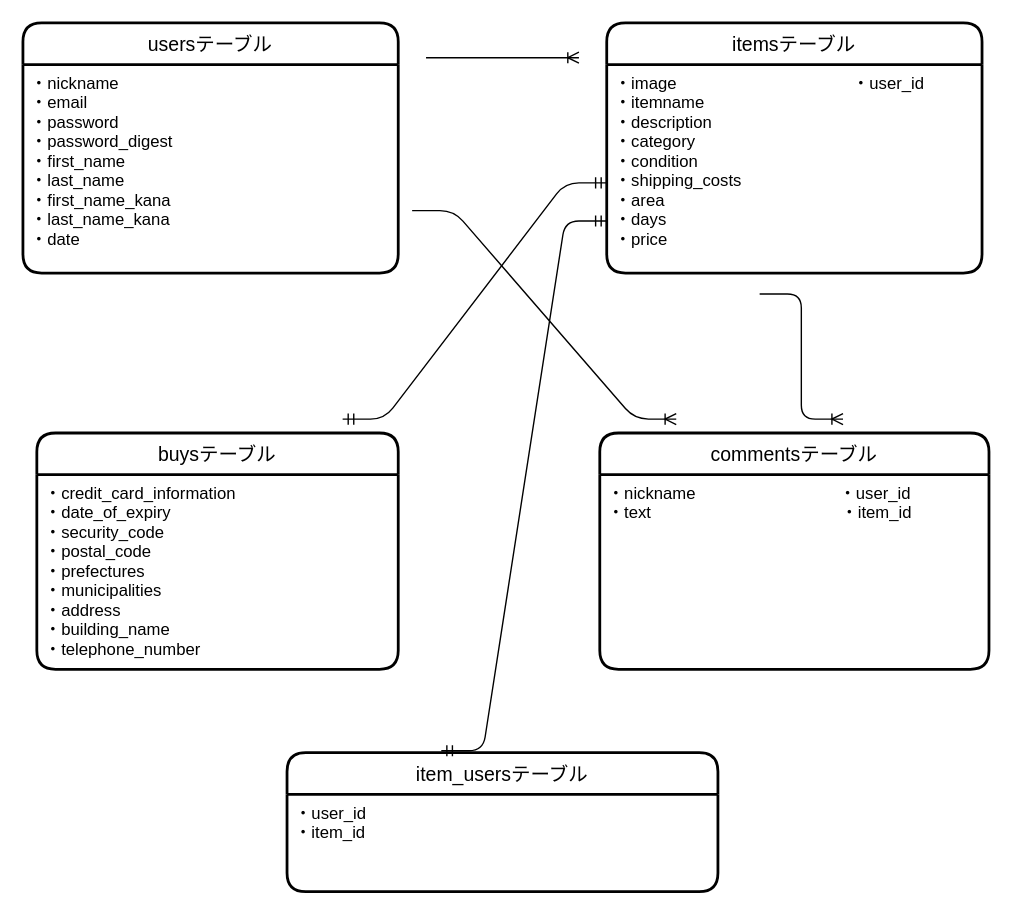
The draw.io diagram app/er.dio in ayumi201604/furima-35492, before the edit. Source tidied: cells renumbered, new cells numbered last; positions are measured from the earlier drawing's top-left corner, leaving out a move shared by most shapes. Both pictures are drawn from the tidied source at 139%, with x=0, y=0 at pixel (22, 22).
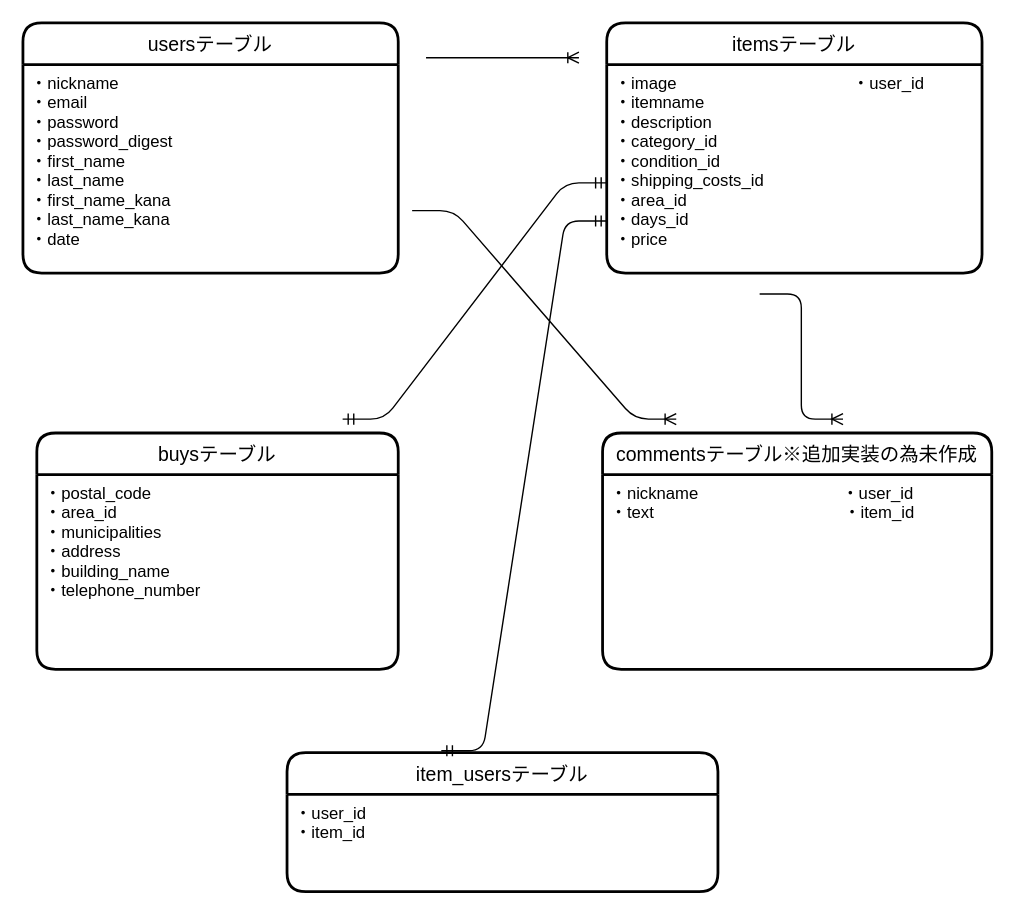
The same diagram, later.

Unchanged cells that the change refers to:
```xml
<mxCell id="4" value="itemsテーブル" style="swimlane;horizontal=1;startSize=30;rounded=1;fontSize=14;fontStyle=0;strokeWidth=2;shadow=0;dashed=0;align=center;" parent="1" vertex="1">
  <mxGeometry x="420" width="270" height="180" as="geometry" />
</mxCell>
<mxCell id="8" value="buysテーブル" style="swimlane;horizontal=1;startSize=30;rounded=1;fontSize=14;fontStyle=0;strokeWidth=2;shadow=0;dashed=0;align=center;" parent="1" vertex="1">
  <mxGeometry x="10" y="295" width="260" height="170" as="geometry" />
</mxCell>
```

The edit, as a diff of the source:
```diff
@@
-    <mxCell id="5" value="・image                                      ・user_id&#10;・itemname&#10;・description&#10;・category&#10;・condition&#10;・shipping_costs&#10;・area&#10;・days&#10;・price" style="align=left;strokeColor=none;fillColor=none;spacingLeft=4;fontSize=12;verticalAlign=top;" parent="4" vertex="1">
+    <mxCell id="5" value="・image                                      ・user_id&#10;・itemname&#10;・description&#10;・category_id&#10;・condition_id&#10;・shipping_costs_id&#10;・area_id&#10;・days_id&#10;・price" style="align=left;strokeColor=none;fillColor=none;spacingLeft=4;fontSize=12;verticalAlign=top;" parent="4" vertex="1">
       <mxGeometry y="30" width="270" height="150" as="geometry" />
     </mxCell>
-    <mxCell id="6" value="commentsテーブル" style="swimlane;horizontal=1;startSize=30;rounded=1;fontSize=14;fontStyle=0;strokeWidth=2;shadow=0;dashed=0;align=center;" parent="1" vertex="1">
-      <mxGeometry x="415" y="295" width="280" height="170" as="geometry" />
+    <mxCell id="6" value="commentsテーブル※追加実装の為未作成" style="swimlane;horizontal=1;startSize=30;rounded=1;fontSize=14;fontStyle=0;strokeWidth=2;shadow=0;dashed=0;align=center;" parent="1" vertex="1">
+      <mxGeometry x="417" y="295" width="280" height="170" as="geometry" />
     </mxCell>
@@
-    <mxCell id="9" value="・credit_card_information&#10;・date_of_expiry&#10;・security_code&#10;・postal_code&#10;・prefectures&#10;・municipalities&#10;・address&#10;・building_name&#10;・telephone_number&#10;" style="align=left;strokeColor=none;fillColor=none;spacingLeft=4;fontSize=12;verticalAlign=top;" parent="8" vertex="1">
+    <mxCell id="9" value="・postal_code&#10;・area_id&#10;・municipalities&#10;・address&#10;・building_name&#10;・telephone_number&#10;" style="align=left;strokeColor=none;fillColor=none;spacingLeft=4;fontSize=12;verticalAlign=top;" parent="8" vertex="1">
       <mxGeometry y="30" width="260" height="140" as="geometry" />
     </mxCell>
```
